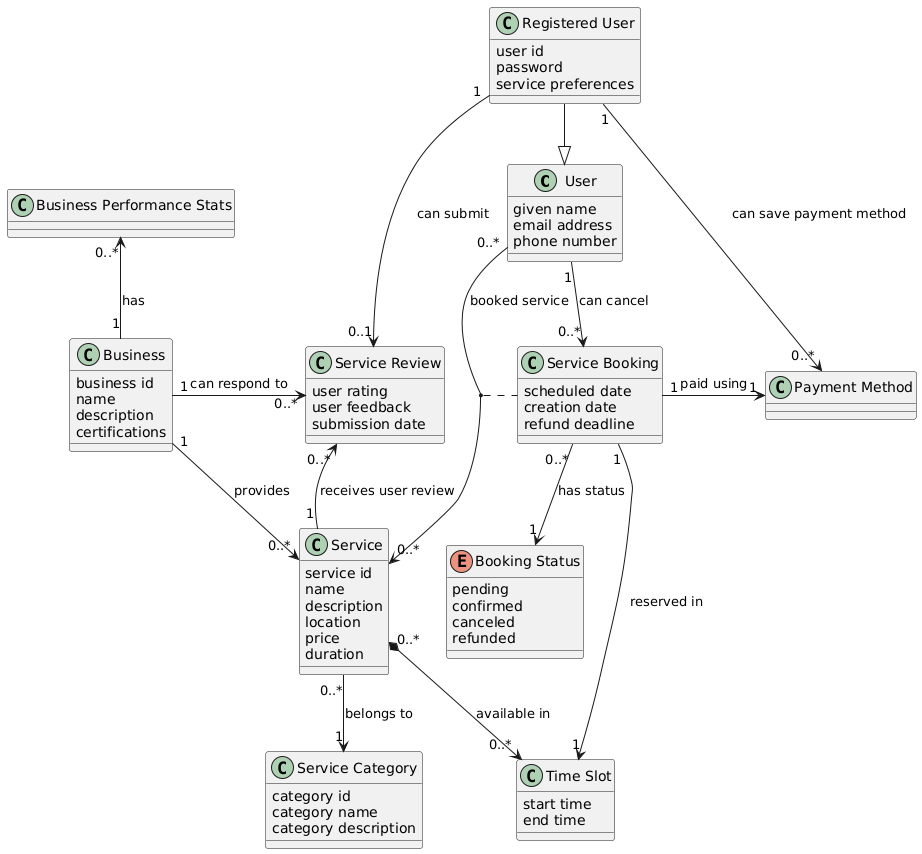
This is uml/uml-class-diagram.png from JuhTyg010/Vellure-NSWI041, a PlantUML export, as it was before one commit.
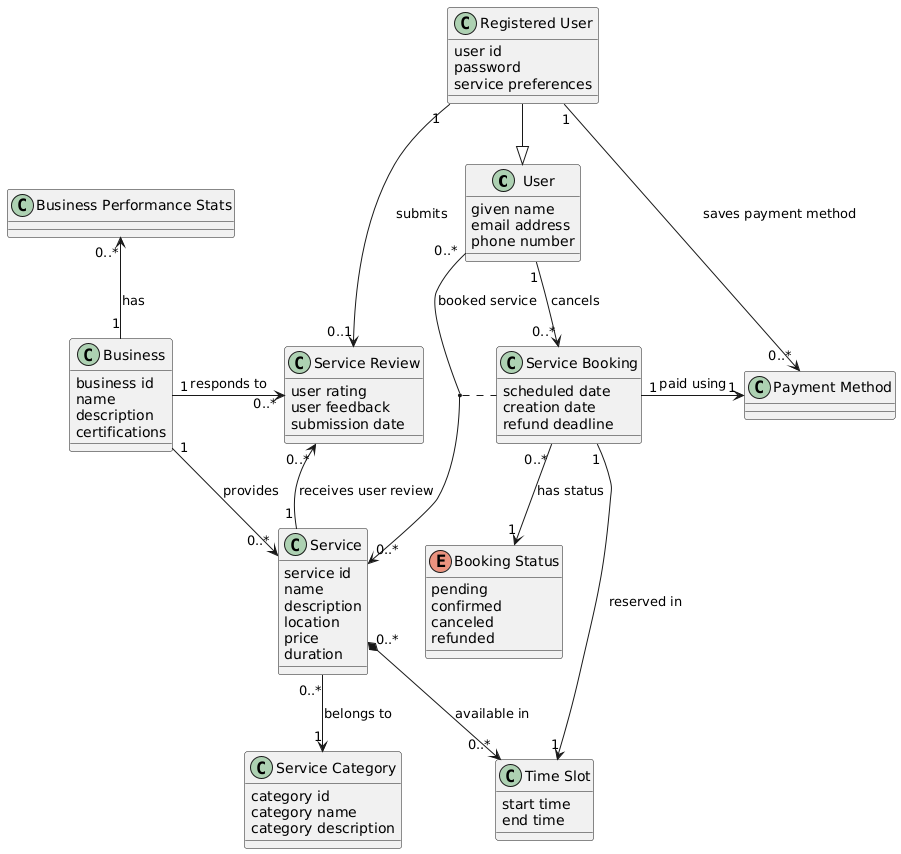
After the change.

Commit message:
Fixed the incorrect association names (removed "can")

Diff of the diagram source:
```diff
@@ -68,13 +68,13 @@
 User "0..*" --> "0..*" Service : booked service
 (User, Service) .. ServiceBooking
 ServiceBooking  "0..*" --> "1" BookingStatus : has status
-RegisteredUser "1" -r-> "0..*" PaymentMethod : can save payment method
-RegisteredUser "1" --> "0..1" ServiceReview : can submit
+RegisteredUser "1" -r-> "0..*" PaymentMethod : saves payment method
+RegisteredUser "1" --> "0..1" ServiceReview : submits
 Service "1" -u-> "0..*" ServiceReview : receives user review
 Service "0..*" --> "1" ServiceCategory : belongs to
 Business "1" -u-> "0..*" BusinessPerformanceStats : has
-Business "1" -r-> "0..*" ServiceReview : can respond to
-User "1" -d-> "0..*" ServiceBooking : can cancel
+Business "1" -r-> "0..*" ServiceReview : responds to
+User "1" -d-> "0..*" ServiceBooking : cancels
 ServiceBooking "1" --> "1" TimeSlot : reserved in
 ServiceBooking "1" -r--> "1" PaymentMethod : paid using
 @enduml
```
